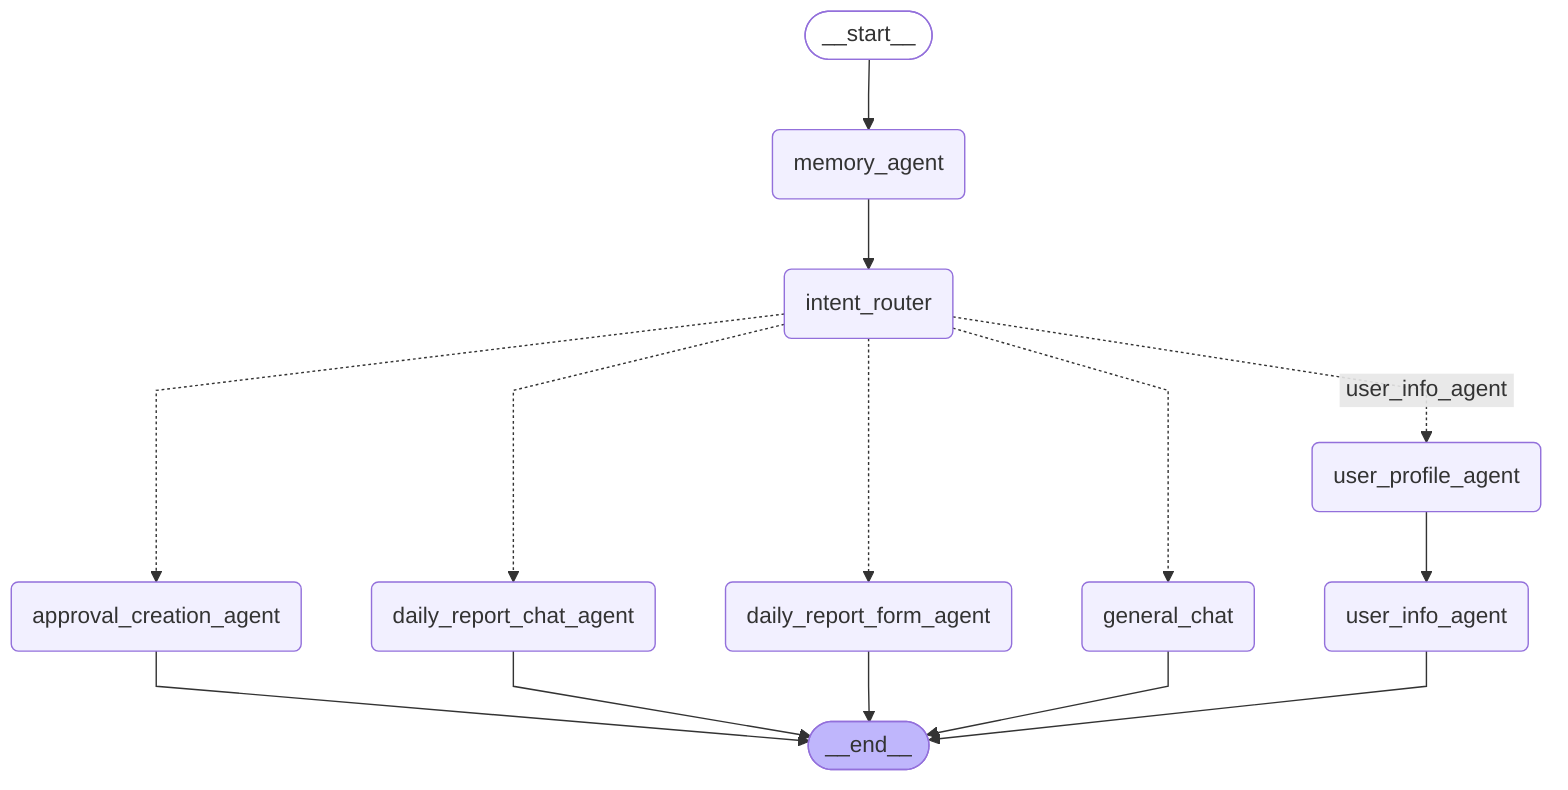
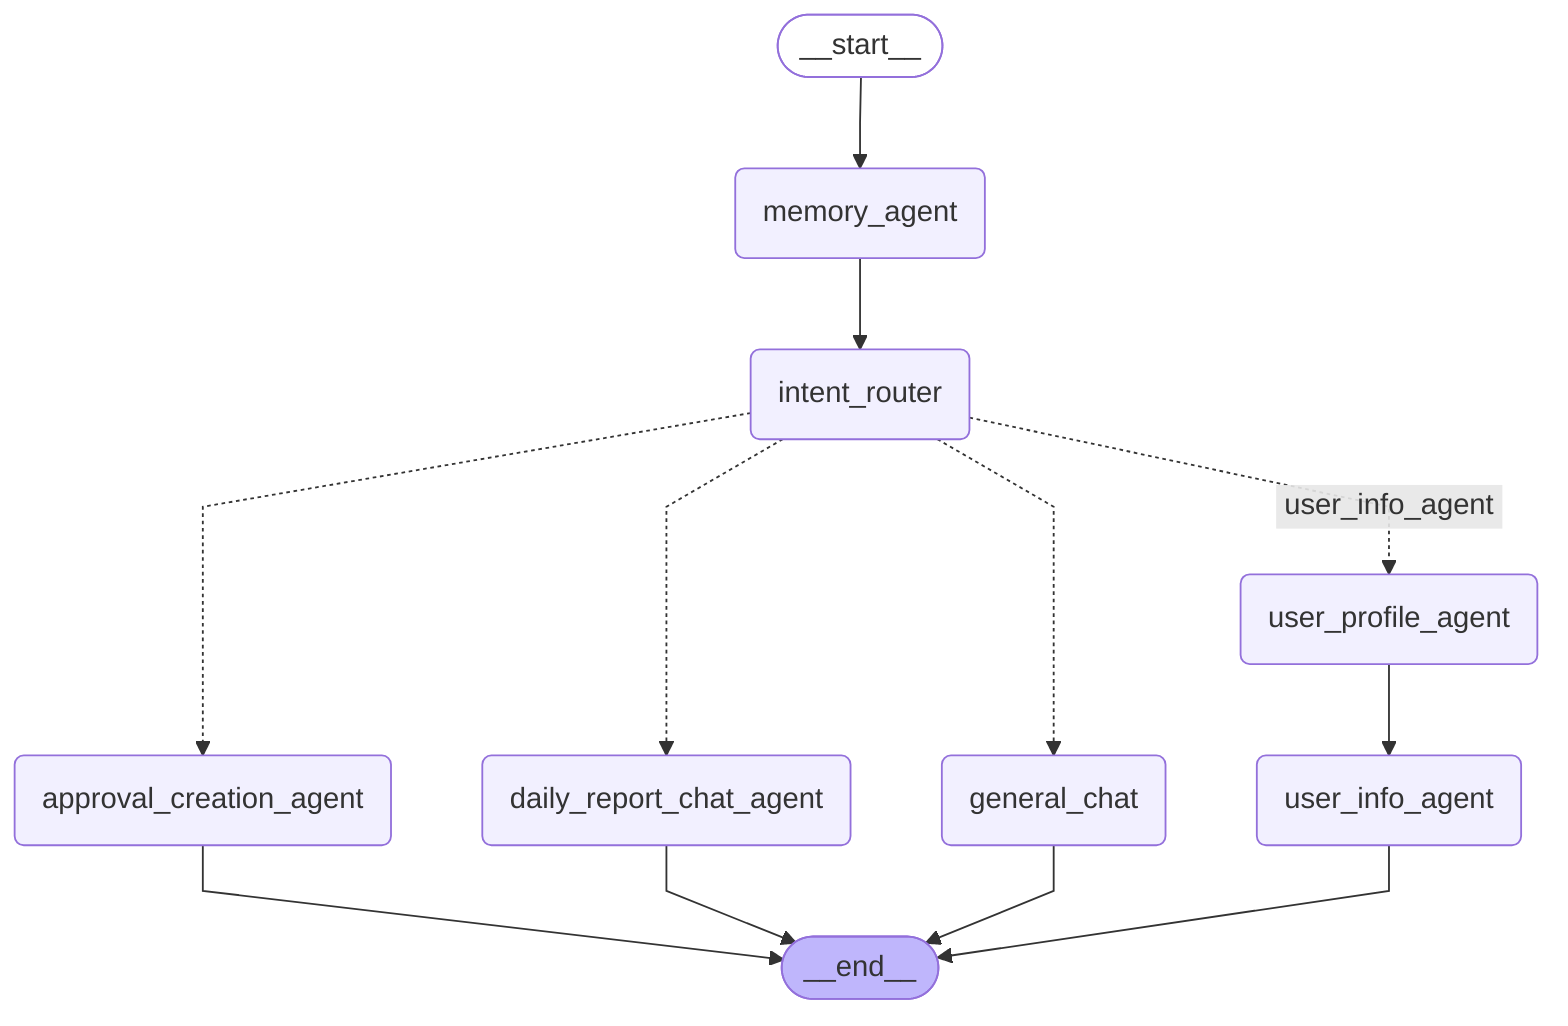
---
config:
  flowchart:
    curve: linear
---
graph TD;
	__start__([<p>__start__</p>]):::first
	memory_agent(memory_agent)
	user_profile_agent(user_profile_agent)
	intent_router(intent_router)
	user_info_agent(user_info_agent)
	approval_creation_agent(approval_creation_agent)
- 	daily_report_form_agent(daily_report_form_agent)
	daily_report_chat_agent(daily_report_chat_agent)
	general_chat(general_chat)
	__end__([<p>__end__</p>]):::last
	__start__ --> memory_agent;
	intent_router -.-> approval_creation_agent;
	intent_router -.-> daily_report_chat_agent;
- 	intent_router -.-> daily_report_form_agent;
	intent_router -.-> general_chat;
	intent_router -. &nbsp;user_info_agent&nbsp; .-> user_profile_agent;
	memory_agent --> intent_router;
	user_profile_agent --> user_info_agent;
	approval_creation_agent --> __end__;
	daily_report_chat_agent --> __end__;
- 	daily_report_form_agent --> __end__;
	general_chat --> __end__;
	user_info_agent --> __end__;
	classDef default fill:#f2f0ff,line-height:1.2
	classDef first fill-opacity:0
	classDef last fill:#bfb6fc
